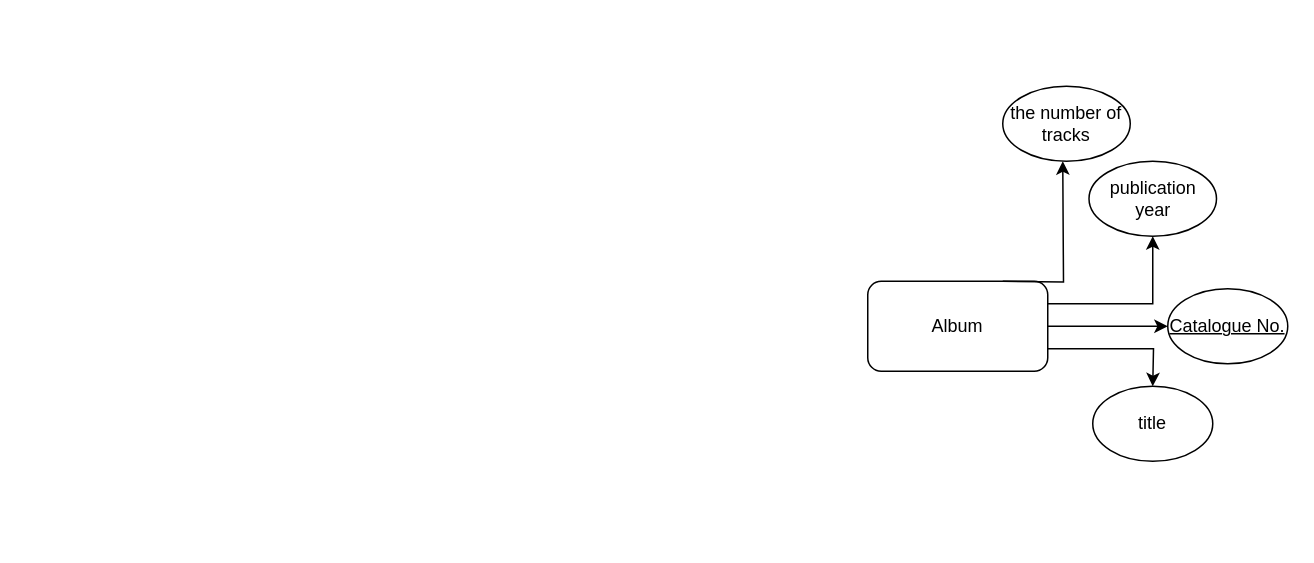
CallOfTheNight/Sussex-stuff keeps this draw.io diagram as Untitled Diagram.drawio. Above is the earlier version. Source tidied: cells renumbered, new cells numbered last; positions are measured from the earlier drawing's top-left corner, leaving out a move shared by most shapes. Both pictures are drawn from the tidied source at 150%, with x=0, y=0 at pixel (867, 86).
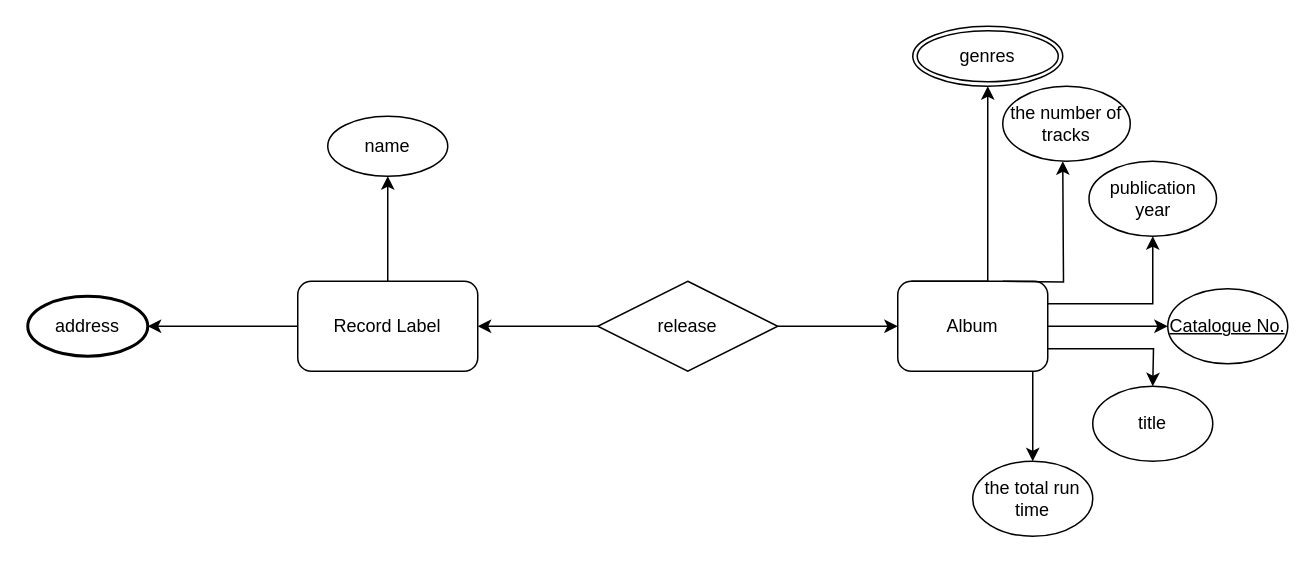
The same page after the edit.

Diff of the diagram source:
```diff
@@
+    <mxCell id="11" style="edgeStyle=orthogonalEdgeStyle;rounded=0;orthogonalLoop=1;jettySize=auto;html=1;" parent="1" edge="1">
+      <mxGeometry relative="1" as="geometry">
+        <mxPoint x="110" y="190" as="sourcePoint" />
+        <mxPoint x="110" y="250" as="targetPoint" />
+      </mxGeometry>
+    </mxCell>
+    <mxCell id="12" style="edgeStyle=orthogonalEdgeStyle;rounded=0;orthogonalLoop=1;jettySize=auto;html=1;" parent="1" edge="1">
+      <mxGeometry relative="1" as="geometry">
+        <mxPoint x="29" y="130" as="sourcePoint" />
+        <mxPoint x="80" as="targetPoint" />
+        <Array as="points">
+          <mxPoint x="80" y="130" />
+          <mxPoint x="80" y="20" />
+        </Array>
+      </mxGeometry>
+    </mxCell>
     <mxCell id="5" value="Album" style="rounded=1;whiteSpace=wrap;html=1;" parent="1" vertex="1">
-      <mxGeometry y="130" width="120" height="60" as="geometry" />
+      <mxGeometry x="20" y="130" width="100" height="60" as="geometry" />
     </mxCell>
@@
+    <mxCell id="13" value="the total run time" style="ellipse;whiteSpace=wrap;html=1;rounded=1;" parent="1" vertex="1">
+      <mxGeometry x="70" y="250" width="80" height="50" as="geometry" />
+    </mxCell>
+    <mxCell id="14" value="genres" style="ellipse;shape=doubleEllipse;margin=3;whiteSpace=wrap;html=1;align=center;" parent="1" vertex="1">
+      <mxGeometry x="30" y="-40" width="100" height="40" as="geometry" />
+    </mxCell>
+    <mxCell id="15" style="edgeStyle=orthogonalEdgeStyle;rounded=0;jettySize=auto;html=1;" parent="1" edge="1" source="17" target="5">
+      <mxGeometry relative="1" as="geometry" />
+    </mxCell>
+    <mxCell id="16" style="edgeStyle=orthogonalEdgeStyle;rounded=0;jettySize=auto;html=1;" parent="1" edge="1" source="17" target="20">
+      <mxGeometry relative="1" as="geometry" />
+    </mxCell>
+    <mxCell id="17" value="release" style="shape=rhombus;perimeter=rhombusPerimeter;whiteSpace=wrap;html=1;align=center;" parent="1" vertex="1">
+      <mxGeometry x="-180" y="130" width="120" height="60" as="geometry" />
+    </mxCell>
+    <mxCell id="18" style="edgeStyle=orthogonalEdgeStyle;rounded=0;jettySize=auto;html=1;" parent="1" edge="1" source="20" target="21">
+      <mxGeometry relative="1" as="geometry" />
+    </mxCell>
+    <mxCell id="19" style="edgeStyle=orthogonalEdgeStyle;rounded=0;jettySize=auto;html=1;" parent="1" edge="1" source="20">
+      <mxGeometry relative="1" as="geometry">
+        <mxPoint x="-480" y="160" as="targetPoint" />
+      </mxGeometry>
+    </mxCell>
+    <mxCell id="20" value="Record Label" style="rounded=1;whiteSpace=wrap;html=1;" parent="1" vertex="1">
+      <mxGeometry x="-380" y="130" width="120" height="60" as="geometry" />
+    </mxCell>
+    <mxCell id="21" value="name" style="ellipse;whiteSpace=wrap;html=1;rounded=1;" parent="1" vertex="1">
+      <mxGeometry x="-360" y="20" width="80" height="40" as="geometry" />
+    </mxCell>
+    <mxCell id="22" value="address" style="ellipse;whiteSpace=wrap;html=1;rounded=1;strokeWidth=2;" parent="1" vertex="1">
+      <mxGeometry x="-560" y="140" width="80" height="40" as="geometry" />
+    </mxCell>
```
